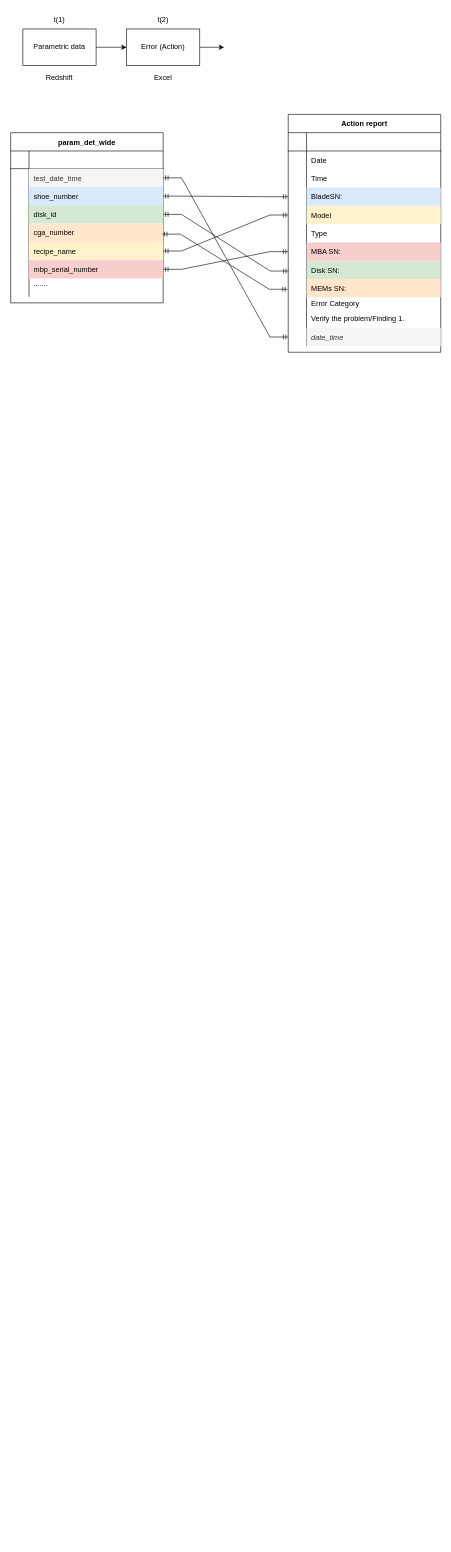
Above: Untitled Diagram.drawio in Panhavath/cv (draw.io), before the change. Source tidied: cells renumbered, new cells numbered last; positions are measured from the earlier drawing's top-left corner, leaving out a move shared by most shapes. Both pictures are drawn from the tidied source at 61%, with x=0, y=0 at pixel (10, 10).
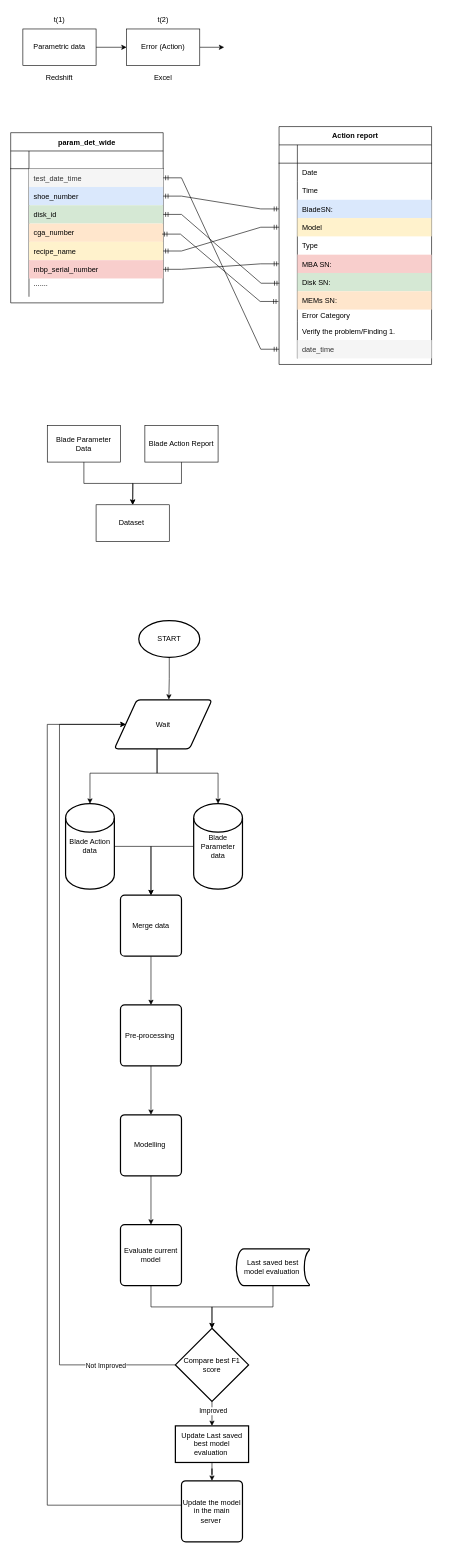
After the change.

The change refers to these unchanged cells:
```xml
<mxCell id="61" style="shape=tableRow;horizontal=0;startSize=0;swimlaneHead=0;swimlaneBody=0;fillColor=none;points=[[0,0.5],[1,0.5]];portConstraint=eastwest;top=0;left=0;right=0;bottom=0;" parent="27" vertex="1">
  <mxGeometry y="350" width="250" height="30" as="geometry" />
</mxCell>
```

The edit, as a diff of the source:
```diff
@@
     <mxCell id="27" value="Action report" style="shape=table;startSize=30;childLayout=tableLayout;rowLines=0;fontStyle=1;align=center;" parent="1" vertex="1">
-      <mxGeometry x="455" y="170" width="250" height="390" as="geometry" />
+      <mxGeometry x="440" y="190" width="250" height="390" as="geometry" />
     </mxCell>
@@
-    <mxCell id="63" value="date_time" style="shape=partialRectangle;fillColor=#f5f5f5;top=0;left=0;bottom=0;right=0;align=left;spacingLeft=6;overflow=hidden;fontStyle=2;fontColor=#333333;strokeColor=#666666;" parent="61" vertex="1">
+    <mxCell id="63" value="date_time" style="shape=partialRectangle;fillColor=#f5f5f5;top=0;left=0;bottom=0;right=0;align=left;spacingLeft=6;overflow=hidden;fontStyle=0;fontColor=#333333;strokeColor=#0F0F0F;" parent="61" vertex="1">
       <mxGeometry x="30" width="220" height="30" as="geometry" />
     </mxCell>
@@
+    <mxCell id="79" style="edgeStyle=orthogonalEdgeStyle;rounded=0;jettySize=auto;html=1;exitX=0.5;exitY=1;exitDx=0;exitDy=0;exitPerimeter=0;" parent="1" edge="1" target="94">
+      <mxGeometry relative="1" as="geometry">
+        <mxPoint x="240" y="1210" as="sourcePoint" />
+        <Array as="points">
+          <mxPoint x="240" y="1250" />
+          <mxPoint x="130" y="1250" />
+        </Array>
+      </mxGeometry>
+    </mxCell>
+    <mxCell id="80" style="edgeStyle=orthogonalEdgeStyle;rounded=0;jettySize=auto;html=1;exitX=0.5;exitY=1;exitDx=0;exitDy=0;exitPerimeter=0;" parent="1" edge="1" target="96">
+      <mxGeometry relative="1" as="geometry">
+        <mxPoint x="240" y="1210" as="sourcePoint" />
+        <Array as="points">
+          <mxPoint x="240" y="1250" />
+          <mxPoint x="340" y="1250" />
+        </Array>
+      </mxGeometry>
+    </mxCell>
+    <mxCell id="81" style="edgeStyle=orthogonalEdgeStyle;rounded=0;jettySize=auto;html=1;" parent="1" edge="1" source="82" target="84">
+      <mxGeometry relative="1" as="geometry" />
+    </mxCell>
+    <mxCell id="82" value="Merge data" style="rounded=1;whiteSpace=wrap;html=1;absoluteArcSize=1;arcSize=14;strokeWidth=2;" parent="1" vertex="1">
+      <mxGeometry x="180" y="1450" width="100" height="100" as="geometry" />
+    </mxCell>
+    <mxCell id="83" style="edgeStyle=orthogonalEdgeStyle;rounded=0;jettySize=auto;html=1;" parent="1" edge="1" source="84" target="86">
+      <mxGeometry relative="1" as="geometry" />
+    </mxCell>
+    <mxCell id="84" value="Pre-processing&amp;nbsp;" style="rounded=1;whiteSpace=wrap;html=1;absoluteArcSize=1;arcSize=14;strokeWidth=2;" parent="1" vertex="1">
+      <mxGeometry x="180" y="1630" width="100" height="100" as="geometry" />
+    </mxCell>
+    <mxCell id="85" style="edgeStyle=orthogonalEdgeStyle;rounded=0;jettySize=auto;html=1;" parent="1" edge="1" source="86" target="88">
+      <mxGeometry relative="1" as="geometry" />
+    </mxCell>
+    <mxCell id="86" value="Modelling&amp;nbsp;" style="rounded=1;whiteSpace=wrap;html=1;absoluteArcSize=1;arcSize=14;strokeWidth=2;" parent="1" vertex="1">
+      <mxGeometry x="180" y="1810" width="100" height="100" as="geometry" />
+    </mxCell>
+    <mxCell id="87" style="edgeStyle=orthogonalEdgeStyle;rounded=0;jettySize=auto;html=1;" parent="1" edge="1" source="88" target="91">
+      <mxGeometry relative="1" as="geometry" />
+    </mxCell>
+    <mxCell id="88" value="Evaluate current model" style="rounded=1;whiteSpace=wrap;html=1;absoluteArcSize=1;arcSize=14;strokeWidth=2;" parent="1" vertex="1">
+      <mxGeometry x="180" y="1990" width="100" height="100" as="geometry" />
+    </mxCell>
+    <mxCell id="89" style="edgeStyle=orthogonalEdgeStyle;rounded=0;jettySize=auto;html=1;" parent="1" edge="1" source="91" target="103">
+      <mxGeometry relative="1" as="geometry" />
+    </mxCell>
+    <mxCell id="90" value="Improved" style="edgeLabel;html=1;align=center;verticalAlign=middle;" parent="89" vertex="1">
+      <mxGeometry x="-0.26" y="1" relative="1" as="geometry" />
+    </mxCell>
+    <mxCell id="91" value="Compare best F1 score" style="strokeWidth=2;html=1;shape=mxgraph.flowchart.decision;whiteSpace=wrap;" parent="1" vertex="1">
+      <mxGeometry x="270" y="2160" width="120" height="120" as="geometry" />
+    </mxCell>
+    <mxCell id="92" value="Last saved best model evaluation&amp;nbsp;" style="strokeWidth=2;html=1;shape=mxgraph.flowchart.stored_data;whiteSpace=wrap;" parent="1" vertex="1">
+      <mxGeometry x="370" y="2030" width="120" height="60" as="geometry" />
+    </mxCell>
+    <mxCell id="93" style="edgeStyle=orthogonalEdgeStyle;rounded=0;jettySize=auto;html=1;" parent="1" edge="1" source="94" target="82">
+      <mxGeometry relative="1" as="geometry" />
+    </mxCell>
+    <mxCell id="94" value="Blade Action data" style="strokeWidth=2;html=1;shape=mxgraph.flowchart.database;whiteSpace=wrap;" parent="1" vertex="1">
+      <mxGeometry x="90" y="1300" width="80" height="140" as="geometry" />
+    </mxCell>
+    <mxCell id="95" style="edgeStyle=orthogonalEdgeStyle;rounded=0;jettySize=auto;html=1;entryX=0.5;entryY=0;entryDx=0;entryDy=0;" parent="1" edge="1" source="96" target="82">
+      <mxGeometry relative="1" as="geometry" />
+    </mxCell>
+    <mxCell id="96" value="Blade Parameter data" style="strokeWidth=2;html=1;shape=mxgraph.flowchart.database;whiteSpace=wrap;" parent="1" vertex="1">
+      <mxGeometry x="300" y="1300" width="80" height="140" as="geometry" />
+    </mxCell>
+    <mxCell id="97" value="Update the model in the main server&amp;nbsp;" style="rounded=1;whiteSpace=wrap;html=1;absoluteArcSize=1;arcSize=14;strokeWidth=2;" parent="1" vertex="1">
+      <mxGeometry x="280" y="2410" width="100" height="100" as="geometry" />
+    </mxCell>
+    <mxCell id="98" style="edgeStyle=orthogonalEdgeStyle;rounded=0;jettySize=auto;html=1;entryX=0.5;entryY=0;entryDx=0;entryDy=0;entryPerimeter=0;" parent="1" edge="1" source="92" target="91">
+      <mxGeometry relative="1" as="geometry" />
+    </mxCell>
+    <mxCell id="99" style="edgeStyle=orthogonalEdgeStyle;rounded=0;jettySize=auto;html=1;exitX=0;exitY=0.5;exitDx=0;exitDy=0;" parent="1" edge="1" target="104">
+      <mxGeometry relative="1" as="geometry">
+        <mxPoint x="280" y="2450" as="sourcePoint" />
+        <Array as="points">
+          <mxPoint x="60" y="2450" />
+          <mxPoint x="60" y="1170" />
+        </Array>
+      </mxGeometry>
+    </mxCell>
+    <mxCell id="100" style="edgeStyle=orthogonalEdgeStyle;rounded=0;jettySize=auto;html=1;entryX=0;entryY=0.5;entryDx=0;entryDy=0;" parent="1" edge="1" target="104">
+      <mxGeometry relative="1" as="geometry">
+        <mxPoint x="270" y="2220" as="sourcePoint" />
+        <Array as="points">
+          <mxPoint x="80" y="2220" />
+          <mxPoint x="80" y="1170" />
+        </Array>
+      </mxGeometry>
+    </mxCell>
+    <mxCell id="101" value="Not Improved" style="edgeLabel;html=1;align=center;verticalAlign=middle;" parent="100" vertex="1">
+      <mxGeometry x="-0.83" relative="1" as="geometry" />
+    </mxCell>
+    <mxCell id="102" style="edgeStyle=orthogonalEdgeStyle;rounded=0;jettySize=auto;html=1;" parent="1" edge="1" source="103" target="97">
+      <mxGeometry relative="1" as="geometry" />
+    </mxCell>
+    <mxCell id="103" value="Update Last saved best model evaluation&amp;nbsp;" style="whiteSpace=wrap;html=1;strokeWidth=2;" parent="1" vertex="1">
+      <mxGeometry x="270" y="2320" width="120" height="60" as="geometry" />
+    </mxCell>
+    <mxCell id="104" value="Wait" style="shape=parallelogram;html=1;strokeWidth=2;perimeter=parallelogramPerimeter;whiteSpace=wrap;rounded=1;arcSize=12;size=0.23;" parent="1" vertex="1">
+      <mxGeometry x="170" y="1130" width="160" height="80" as="geometry" />
+    </mxCell>
+    <mxCell id="105" value="START" style="strokeWidth=2;html=1;shape=mxgraph.flowchart.start_1;whiteSpace=wrap;" parent="1" vertex="1">
+      <mxGeometry x="210" y="1000" width="100" height="60" as="geometry" />
+    </mxCell>
+    <mxCell id="106" style="edgeStyle=orthogonalEdgeStyle;rounded=0;jettySize=auto;html=1;entryX=0.558;entryY=-0.009;entryDx=0;entryDy=0;entryPerimeter=0;" parent="1" edge="1" source="105" target="104">
+      <mxGeometry relative="1" as="geometry" />
+    </mxCell>
+    <mxCell id="107" style="edgeStyle=orthogonalEdgeStyle;rounded=0;jettySize=auto;html=1;exitX=0.5;exitY=1;exitDx=0;exitDy=0;" parent="1" edge="1" source="108">
+      <mxGeometry relative="1" as="geometry">
+        <mxPoint x="200" y="810" as="targetPoint" />
+      </mxGeometry>
+    </mxCell>
+    <mxCell id="108" value="Blade Parameter Data" style="rounded=0;whiteSpace=wrap;html=1;" parent="1" vertex="1">
+      <mxGeometry x="60" y="680" width="120" height="60" as="geometry" />
+    </mxCell>
+    <mxCell id="109" style="group;" parent="1" vertex="1">
+      <mxGeometry x="220" y="650" width="120" height="120" as="geometry" />
+    </mxCell>
+    <mxCell id="110" style="edgeStyle=orthogonalEdgeStyle;rounded=0;jettySize=auto;html=1;" parent="109" edge="1" source="111">
+      <mxGeometry relative="1" as="geometry">
+        <mxPoint x="-20" y="160" as="targetPoint" />
+        <Array as="points">
+          <mxPoint x="60" y="125" />
+          <mxPoint x="-20" y="125" />
+        </Array>
+      </mxGeometry>
+    </mxCell>
+    <mxCell id="111" value="Blade Action Report" style="rounded=0;whiteSpace=wrap;html=1;" parent="109" vertex="1">
+      <mxGeometry y="30" width="120" height="60" as="geometry" />
+    </mxCell>
+    <mxCell id="112" value="Dataset&amp;nbsp;" style="rounded=0;whiteSpace=wrap;html=1;" parent="1" vertex="1">
+      <mxGeometry x="140" y="810" width="120" height="60" as="geometry" />
+    </mxCell>
```
